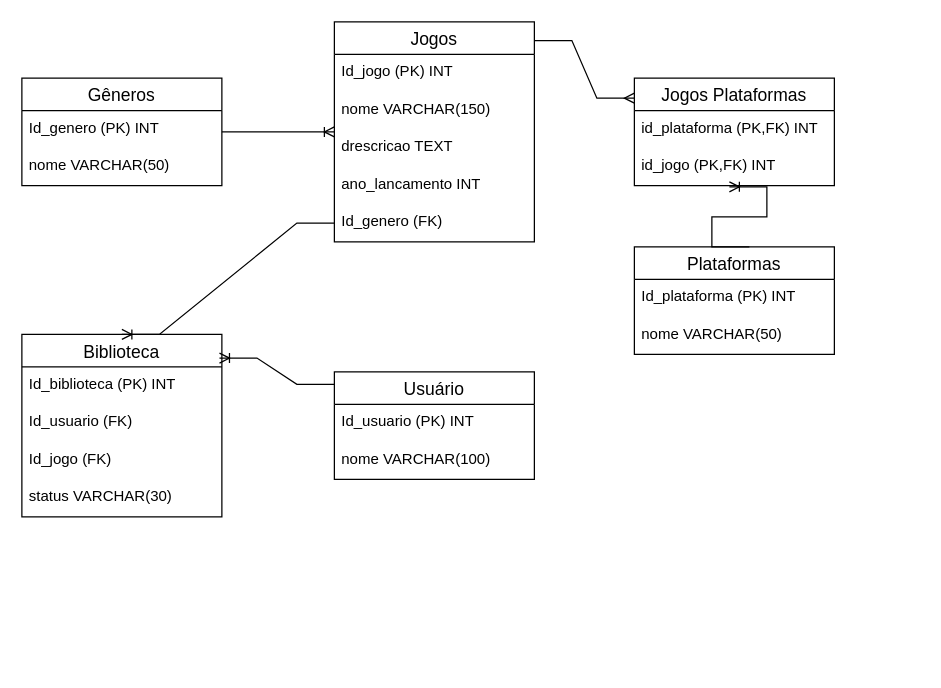
Earlier version of the draw.io diagram TCA.drawio (THEGHOSTZINM/TCA_DAVI). Source tidied: cells renumbered, new cells numbered last; positions are measured from the earlier drawing's top-left corner, leaving out a move shared by most shapes. Both pictures are drawn from the tidied source at 125%, with x=0, y=0 at pixel (-154, 21).
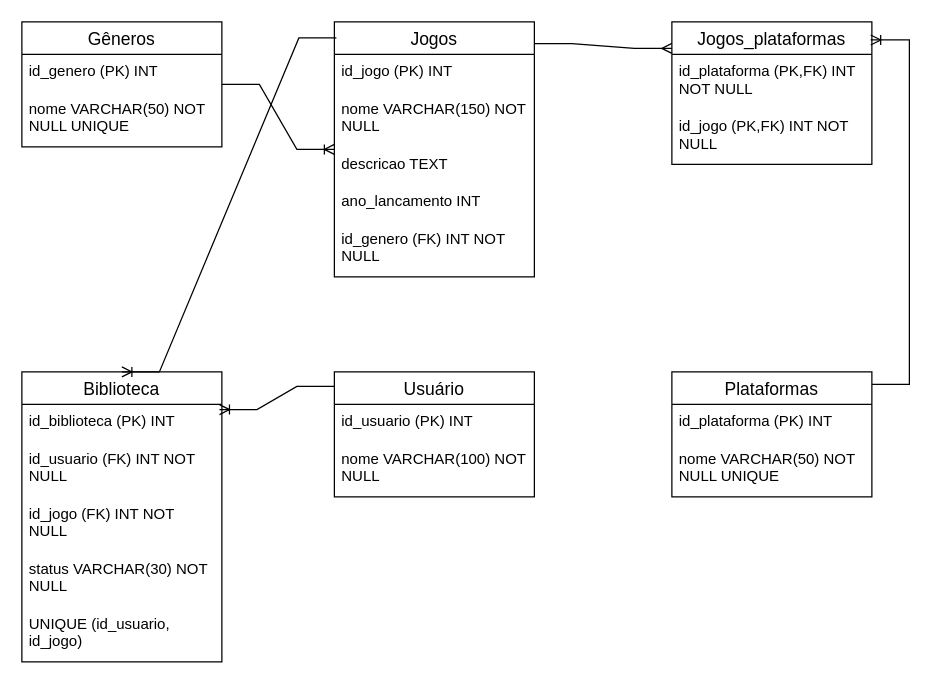
Above is the later version.

Diff of the diagram source:
```diff
@@
     <mxCell id="2" value="Gêneros" style="swimlane;fontStyle=0;horizontal=1;startSize=26;align=center;fontSize=14;" parent="1" vertex="1">
-      <mxGeometry x="140" y="45" width="160" height="86" as="geometry" />
+      <mxGeometry x="140" width="160" height="100" as="geometry" />
     </mxCell>
-    <mxCell id="3" value="Id_genero (PK) INT" style="text;strokeColor=none;fillColor=none;spacingLeft=4;spacingRight=4;overflow=hidden;fontSize=12;whiteSpace=wrap;html=1;" parent="2" vertex="1">
+    <mxCell id="3" value="id_genero (PK) INT" style="text;strokeColor=none;fillColor=none;spacingLeft=4;spacingRight=4;overflow=hidden;fontSize=12;whiteSpace=wrap;html=1;" parent="2" vertex="1">
       <mxGeometry y="26" width="160" height="30" as="geometry" />
     </mxCell>
-    <mxCell id="4" value="nome VARCHAR(50)" style="text;strokeColor=none;fillColor=none;spacingLeft=4;spacingRight=4;overflow=hidden;fontSize=12;whiteSpace=wrap;html=1;" parent="2" vertex="1">
-      <mxGeometry y="56" width="160" height="30" as="geometry" />
+    <mxCell id="4" value="nome VARCHAR(50) NOT NULL UNIQUE" style="text;strokeColor=none;fillColor=none;spacingLeft=4;spacingRight=4;overflow=hidden;fontSize=12;whiteSpace=wrap;html=1;" parent="2" vertex="1">
+      <mxGeometry y="56" width="160" height="44" as="geometry" />
     </mxCell>
     <mxCell id="5" value="Usuário" style="swimlane;fontStyle=0;horizontal=1;startSize=26;align=center;fontSize=14;" parent="1" vertex="1">
-      <mxGeometry x="390" y="280" width="160" height="86" as="geometry" />
+      <mxGeometry x="390" y="280" width="160" height="100" as="geometry" />
     </mxCell>
-    <mxCell id="6" value="Id_usuario (PK) INT" style="text;strokeColor=none;fillColor=none;spacingLeft=4;spacingRight=4;overflow=hidden;fontSize=12;whiteSpace=wrap;html=1;" parent="5" vertex="1">
+    <mxCell id="6" value="id_usuario (PK) INT" style="text;strokeColor=none;fillColor=none;spacingLeft=4;spacingRight=4;overflow=hidden;fontSize=12;whiteSpace=wrap;html=1;" parent="5" vertex="1">
       <mxGeometry y="26" width="160" height="30" as="geometry" />
     </mxCell>
-    <mxCell id="7" value="nome VARCHAR(100)" style="text;strokeColor=none;fillColor=none;spacingLeft=4;spacingRight=4;overflow=hidden;fontSize=12;whiteSpace=wrap;html=1;" parent="5" vertex="1">
-      <mxGeometry y="56" width="160" height="30" as="geometry" />
+    <mxCell id="7" value="nome VARCHAR(100) NOT NULL" style="text;strokeColor=none;fillColor=none;spacingLeft=4;spacingRight=4;overflow=hidden;fontSize=12;whiteSpace=wrap;html=1;" parent="5" vertex="1">
+      <mxGeometry y="56" width="160" height="44" as="geometry" />
     </mxCell>
     <mxCell id="8" value="Plataformas" style="swimlane;fontStyle=0;horizontal=1;startSize=26;align=center;fontSize=14;" parent="1" vertex="1">
-      <mxGeometry x="630" y="180" width="160" height="86" as="geometry" />
+      <mxGeometry x="660" y="280" width="160" height="100" as="geometry" />
     </mxCell>
-    <mxCell id="9" value="Id_plataforma (PK) INT" style="text;strokeColor=none;fillColor=none;spacingLeft=4;spacingRight=4;overflow=hidden;fontSize=12;whiteSpace=wrap;html=1;" parent="8" vertex="1">
+    <mxCell id="9" value="id_plataforma (PK) INT" style="text;strokeColor=none;fillColor=none;spacingLeft=4;spacingRight=4;overflow=hidden;fontSize=12;whiteSpace=wrap;html=1;" parent="8" vertex="1">
       <mxGeometry y="26" width="160" height="30" as="geometry" />
     </mxCell>
-    <mxCell id="10" value="nome VARCHAR(50)" style="text;strokeColor=none;fillColor=none;spacingLeft=4;spacingRight=4;overflow=hidden;fontSize=12;whiteSpace=wrap;html=1;" parent="8" vertex="1">
-      <mxGeometry y="56" width="160" height="30" as="geometry" />
+    <mxCell id="10" value="nome VARCHAR(50) NOT NULL UNIQUE" style="text;strokeColor=none;fillColor=none;spacingLeft=4;spacingRight=4;overflow=hidden;fontSize=12;whiteSpace=wrap;html=1;" parent="8" vertex="1">
+      <mxGeometry y="56" width="160" height="44" as="geometry" />
     </mxCell>
     <mxCell id="11" value="Jogos" style="swimlane;fontStyle=0;horizontal=1;startSize=26;align=center;fontSize=14;" parent="1" vertex="1">
-      <mxGeometry x="390" width="160" height="176" as="geometry" />
+      <mxGeometry x="390" width="160" height="204" as="geometry" />
     </mxCell>
-    <mxCell id="12" value="Id_jogo (PK) INT" style="text;strokeColor=none;fillColor=none;spacingLeft=4;spacingRight=4;overflow=hidden;fontSize=12;whiteSpace=wrap;html=1;" parent="11" vertex="1">
+    <mxCell id="12" value="id_jogo (PK) INT" style="text;strokeColor=none;fillColor=none;spacingLeft=4;spacingRight=4;overflow=hidden;fontSize=12;whiteSpace=wrap;html=1;" parent="11" vertex="1">
       <mxGeometry y="26" width="160" height="30" as="geometry" />
     </mxCell>
-    <mxCell id="13" value="nome VARCHAR(150)" style="text;strokeColor=none;fillColor=none;spacingLeft=4;spacingRight=4;overflow=hidden;fontSize=12;whiteSpace=wrap;html=1;" parent="11" vertex="1">
-      <mxGeometry y="56" width="160" height="30" as="geometry" />
+    <mxCell id="13" value="nome VARCHAR(150) NOT NULL" style="text;strokeColor=none;fillColor=none;spacingLeft=4;spacingRight=4;overflow=hidden;fontSize=12;whiteSpace=wrap;html=1;" parent="11" vertex="1">
+      <mxGeometry y="56" width="160" height="44" as="geometry" />
     </mxCell>
-    <mxCell id="14" value="drescricao TEXT" style="text;strokeColor=none;fillColor=none;spacingLeft=4;spacingRight=4;overflow=hidden;fontSize=12;whiteSpace=wrap;html=1;" parent="11" vertex="1">
-      <mxGeometry y="86" width="160" height="30" as="geometry" />
+    <mxCell id="14" value="descricao TEXT" style="text;strokeColor=none;fillColor=none;spacingLeft=4;spacingRight=4;overflow=hidden;fontSize=12;whiteSpace=wrap;html=1;" parent="11" vertex="1">
+      <mxGeometry y="100" width="160" height="30" as="geometry" />
     </mxCell>
     <mxCell id="15" value="ano_lancamento INT" style="text;strokeColor=none;fillColor=none;spacingLeft=4;spacingRight=4;overflow=hidden;fontSize=12;whiteSpace=wrap;html=1;" parent="11" vertex="1">
-      <mxGeometry y="116" width="160" height="30" as="geometry" />
+      <mxGeometry y="130" width="160" height="30" as="geometry" />
     </mxCell>
-    <mxCell id="16" value="Id_genero (FK)" style="text;strokeColor=none;fillColor=none;spacingLeft=4;spacingRight=4;overflow=hidden;points=[[0,0.5],[1,0.5]];portConstraint=eastwest;fontSize=12;whiteSpace=wrap;html=1;" parent="11" vertex="1">
-      <mxGeometry y="146" width="160" height="30" as="geometry" />
+    <mxCell id="16" value="id_genero (FK) INT NOT NULL" style="text;strokeColor=none;fillColor=none;spacingLeft=4;spacingRight=4;overflow=hidden;points=[[0,0.5],[1,0.5]];portConstraint=eastwest;fontSize=12;whiteSpace=wrap;html=1;" parent="11" vertex="1">
+      <mxGeometry y="160" width="160" height="44" as="geometry" />
     </mxCell>
     <mxCell id="17" value="Biblioteca" style="swimlane;fontStyle=0;horizontal=1;startSize=26;align=center;fontSize=14;" parent="1" vertex="1">
-      <mxGeometry x="140" y="250" width="160" height="146" as="geometry" />
+      <mxGeometry x="140" y="280" width="160" height="232" as="geometry" />
     </mxCell>
-    <mxCell id="18" value="Id_biblioteca (PK) INT" style="text;strokeColor=none;fillColor=none;spacingLeft=4;spacingRight=4;overflow=hidden;fontSize=12;whiteSpace=wrap;html=1;" parent="17" vertex="1">
+    <mxCell id="18" value="id_biblioteca (PK) INT" style="text;strokeColor=none;fillColor=none;spacingLeft=4;spacingRight=4;overflow=hidden;fontSize=12;whiteSpace=wrap;html=1;" parent="17" vertex="1">
       <mxGeometry y="26" width="160" height="30" as="geometry" />
     </mxCell>
-    <mxCell id="19" value="Id_usuario (FK)" style="text;strokeColor=none;fillColor=none;spacingLeft=4;spacingRight=4;overflow=hidden;fontSize=12;whiteSpace=wrap;html=1;" parent="17" vertex="1">
-      <mxGeometry y="56" width="160" height="30" as="geometry" />
+    <mxCell id="19" value="id_usuario (FK) INT NOT NULL" style="text;strokeColor=none;fillColor=none;spacingLeft=4;spacingRight=4;overflow=hidden;fontSize=12;whiteSpace=wrap;html=1;" parent="17" vertex="1">
+      <mxGeometry y="56" width="160" height="44" as="geometry" />
     </mxCell>
-    <mxCell id="20" value="Id_jogo (FK)" style="text;strokeColor=none;fillColor=none;spacingLeft=4;spacingRight=4;overflow=hidden;fontSize=12;whiteSpace=wrap;html=1;" parent="17" vertex="1">
-      <mxGeometry y="86" width="160" height="30" as="geometry" />
+    <mxCell id="20" value="id_jogo (FK) INT NOT NULL" style="text;strokeColor=none;fillColor=none;spacingLeft=4;spacingRight=4;overflow=hidden;fontSize=12;whiteSpace=wrap;html=1;" parent="17" vertex="1">
+      <mxGeometry y="100" width="160" height="44" as="geometry" />
     </mxCell>
-    <mxCell id="21" value="status VARCHAR(30)" style="text;strokeColor=none;fillColor=none;spacingLeft=4;spacingRight=4;overflow=hidden;fontSize=12;whiteSpace=wrap;html=1;" parent="17" vertex="1">
-      <mxGeometry y="116" width="160" height="30" as="geometry" />
+    <mxCell id="21" value="status VARCHAR(30) NOT NULL" style="text;strokeColor=none;fillColor=none;spacingLeft=4;spacingRight=4;overflow=hidden;fontSize=12;whiteSpace=wrap;html=1;" parent="17" vertex="1">
+      <mxGeometry y="144" width="160" height="44" as="geometry" />
     </mxCell>
+    <mxCell id="30" value="UNIQUE (id_usuario, id_jogo)" style="text;strokeColor=none;fillColor=none;spacingLeft=4;spacingRight=4;overflow=hidden;fontSize=12;whiteSpace=wrap;html=1;" parent="17" vertex="1">
+      <mxGeometry y="188" width="160" height="44" as="geometry" />
+    </mxCell>
-    <mxCell id="22" value="Jogos Plataformas" style="swimlane;fontStyle=0;horizontal=1;startSize=26;align=center;fontSize=14;" parent="1" vertex="1">
-      <mxGeometry x="630" y="45" width="160" height="86" as="geometry" />
+    <mxCell id="22" value="Jogos_plataformas" style="swimlane;fontStyle=0;horizontal=1;startSize=26;align=center;fontSize=14;" parent="1" vertex="1">
+      <mxGeometry x="660" width="160" height="114" as="geometry" />
     </mxCell>
-    <mxCell id="23" value="id_plataforma (PK,FK) INT" style="text;strokeColor=none;fillColor=none;spacingLeft=4;spacingRight=4;overflow=hidden;fontSize=12;whiteSpace=wrap;html=1;" parent="22" vertex="1">
-      <mxGeometry y="26" width="160" height="30" as="geometry" />
+    <mxCell id="23" value="id_plataforma (PK,FK) INT NOT NULL" style="text;strokeColor=none;fillColor=none;spacingLeft=4;spacingRight=4;overflow=hidden;fontSize=12;whiteSpace=wrap;html=1;" parent="22" vertex="1">
+      <mxGeometry y="26" width="160" height="44" as="geometry" />
     </mxCell>
-    <mxCell id="24" value="id_jogo (PK,FK) INT" style="text;strokeColor=none;fillColor=none;spacingLeft=4;spacingRight=4;overflow=hidden;points=[[0,0.5],[1,0.5]];portConstraint=eastwest;fontSize=12;whiteSpace=wrap;html=1;" parent="22" vertex="1">
-      <mxGeometry y="56" width="160" height="30" as="geometry" />
+    <mxCell id="24" value="id_jogo (PK,FK) INT NOT NULL" style="text;strokeColor=none;fillColor=none;spacingLeft=4;spacingRight=4;overflow=hidden;points=[[0,0.5],[1,0.5]];portConstraint=eastwest;fontSize=12;whiteSpace=wrap;html=1;" parent="22" vertex="1">
+      <mxGeometry y="70" width="160" height="44" as="geometry" />
     </mxCell>
@@
-    <mxCell id="27" style="edgeStyle=entityRelationEdgeStyle;fontSize=12;html=1;endArrow=ERoneToMany;rounded=0;exitX=0;exitY=0.5;exitDx=0;exitDy=0;entryX=0.5;entryY=0;entryDx=0;entryDy=0;" parent="1" edge="1" source="16" target="17">
+    <mxCell id="27" style="edgeStyle=entityRelationEdgeStyle;fontSize=12;html=1;endArrow=ERoneToMany;rounded=0;exitX=0.01;exitY=0.063;exitDx=0;exitDy=0;entryX=0.5;entryY=0;entryDx=0;entryDy=0;exitPerimeter=0;" parent="1" edge="1" source="11" target="17">
       <mxGeometry relative="1" as="geometry">
         <Array as="points">
-          <mxPoint x="582" y="118.5" />
-          <mxPoint x="582" y="88.5" />
-          <mxPoint x="110" y="165.5" />
-          <mxPoint y="135.5" />
-          <mxPoint x="20" y="175.5" />
-          <mxPoint x="30" y="165.5" />
-          <mxPoint x="70" y="175.5" />
+          <mxPoint x="552" y="99.5" />
+          <mxPoint x="552" y="69.5" />
+          <mxPoint x="80" y="146.5" />
+          <mxPoint x="-30" y="116.5" />
+          <mxPoint x="-10" y="156.5" />
+          <mxPoint y="146.5" />
+          <mxPoint x="40" y="156.5" />
         </Array>
       </mxGeometry>
     </mxCell>
@@
-    <mxCell id="29" style="edgeStyle=entityRelationEdgeStyle;fontSize=12;html=1;endArrow=ERoneToMany;rounded=0;exitX=0.575;exitY=0;exitDx=0;exitDy=0;exitPerimeter=0;entryX=0.475;entryY=1.033;entryDx=0;entryDy=0;entryPerimeter=0;" parent="1" edge="1" source="8" target="24">
-      <mxGeometry relative="1" as="geometry" />
+    <mxCell id="29" style="edgeStyle=entityRelationEdgeStyle;fontSize=12;html=1;endArrow=ERoneToMany;rounded=0;entryX=0.994;entryY=0.127;entryDx=0;entryDy=0;entryPerimeter=0;" parent="1" edge="1" target="22">
+      <mxGeometry relative="1" as="geometry">
+        <mxPoint x="820" y="290" as="sourcePoint" />
+      </mxGeometry>
     </mxCell>
```
